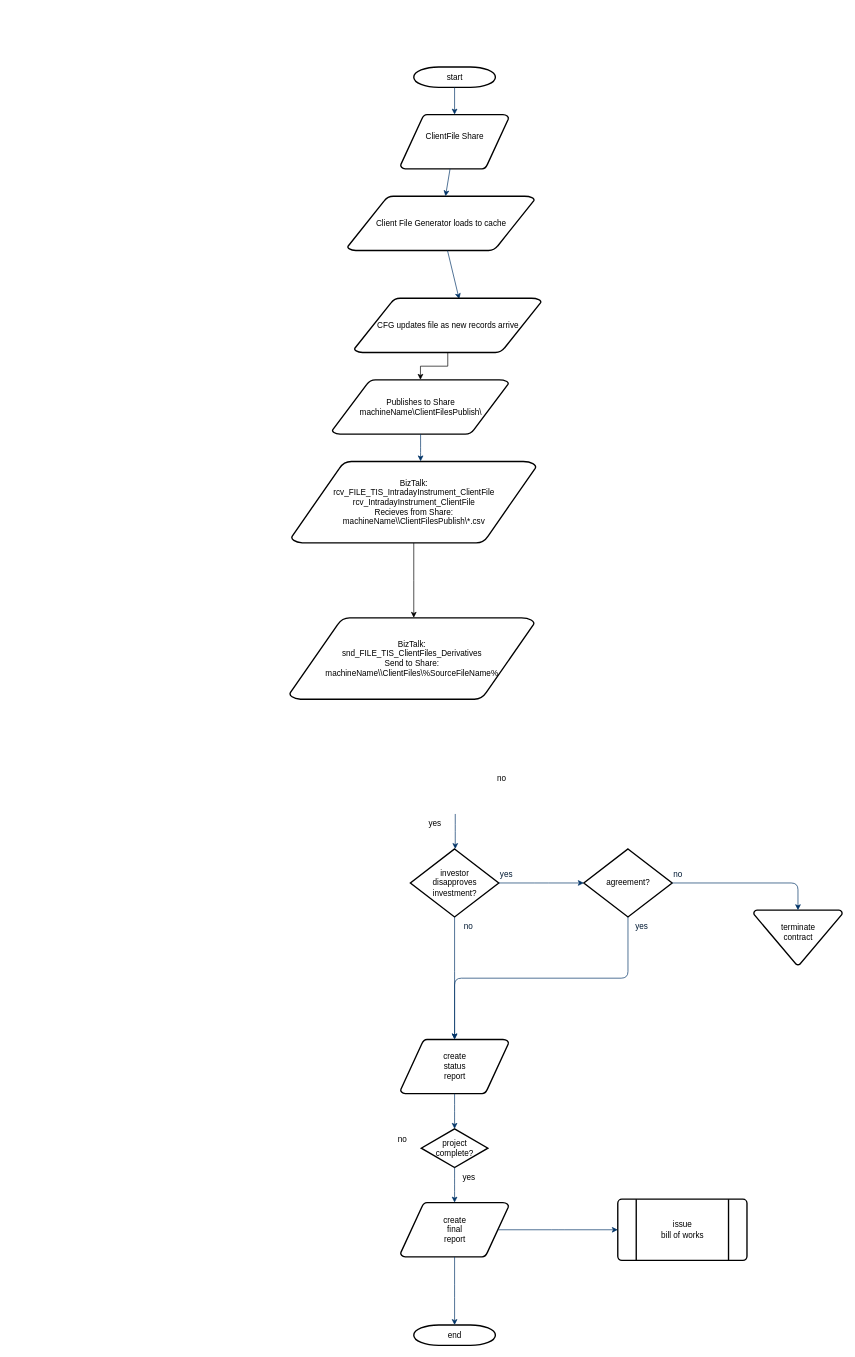
The draw.io diagram ClientFiles.drawio in ByMadiba/Sandbox, before the edit. Source tidied: cells renumbered, new cells numbered last; positions are measured from the earlier drawing's top-left corner, leaving out a move shared by most shapes. Both pictures are drawn from the tidied source at 68%, with x=0, y=0 at pixel (289, 67).
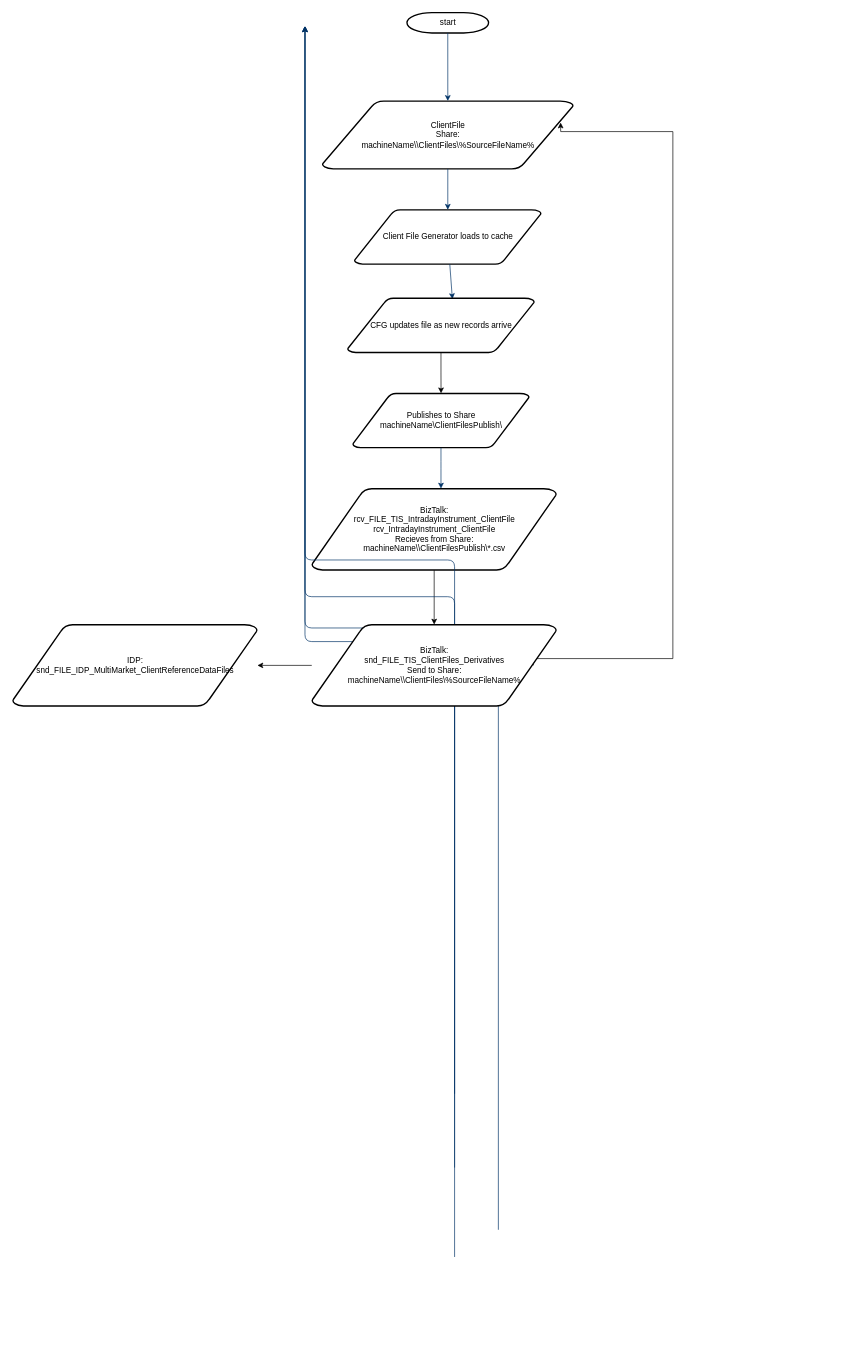
The same diagram, later.

The edit, as a diff of the source:
```diff
@@
     <mxCell id="2" value="start" style="shape=mxgraph.flowchart.terminator;strokeWidth=2;gradientColor=none;gradientDirection=north;fontStyle=0;html=1;" parent="1" vertex="1">
-      <mxGeometry x="183" width="120" height="30" as="geometry" />
+      <mxGeometry x="173" y="-80" width="120" height="30" as="geometry" />
     </mxCell>
-    <mxCell id="3" value="ClientFile Share&lt;br&gt;&amp;nbsp;" style="shape=mxgraph.flowchart.data;strokeWidth=2;gradientColor=none;gradientDirection=north;fontStyle=0;html=1;" parent="1" vertex="1">
-      <mxGeometry x="163.5" y="70" width="159" height="80" as="geometry" />
+    <mxCell id="3" value="ClientFile&lt;br&gt;Share:&lt;br style=&quot;border-color: var(--border-color);&quot;&gt;machineName\\ClientFiles\%SourceFileName%" style="shape=mxgraph.flowchart.data;strokeWidth=2;gradientColor=none;gradientDirection=north;fontStyle=0;html=1;" parent="1" vertex="1">
+      <mxGeometry x="48.3" y="50" width="369.5" height="100" as="geometry" />
     </mxCell>
     <mxCell id="4" value="Publishes to Share&lt;br&gt;machineName\ClientFilesPublish\" style="shape=mxgraph.flowchart.data;strokeWidth=2;gradientColor=none;gradientDirection=north;fontStyle=0;html=1;" parent="1" vertex="1">
-      <mxGeometry x="63" y="460" width="259.5" height="80" as="geometry" />
+      <mxGeometry x="93.3" y="480" width="259.5" height="80" as="geometry" />
     </mxCell>
     <mxCell id="5" value="Client File Generator loads to cache" style="shape=mxgraph.flowchart.data;strokeWidth=2;gradientColor=none;gradientDirection=north;fontStyle=0;html=1;" parent="1" vertex="1">
-      <mxGeometry x="85.6" y="190" width="274.8" height="80" as="geometry" />
+      <mxGeometry x="95.6" y="210" width="274.8" height="80" as="geometry" />
     </mxCell>
@@
-    <mxCell id="9" style="edgeStyle=orthogonalEdgeStyle;rounded=0;jettySize=auto;html=1;" parent="1" edge="1" source="10">
-      <mxGeometry relative="1" as="geometry">
-        <mxPoint x="183" y="810" as="targetPoint" />
-      </mxGeometry>
+    <mxCell id="9" style="edgeStyle=orthogonalEdgeStyle;rounded=0;jettySize=auto;html=1;entryX=0.5;entryY=0;entryDx=0;entryDy=0;entryPerimeter=0;" parent="1" edge="1" source="10" target="39">
+      <mxGeometry relative="1" as="geometry" />
     </mxCell>
     <mxCell id="10" value="BizTalk:&lt;br&gt;rcv_FILE_TIS_IntradayInstrument_ClientFile&lt;br&gt;rcv_IntradayInstrument_ClientFile&lt;br&gt;Recieves from Share:&lt;br&gt;machineName\\ClientFilesPublish\*.csv" style="shape=mxgraph.flowchart.data;strokeWidth=2;gradientColor=none;gradientDirection=north;fontStyle=0;html=1;" parent="1" vertex="1">
-      <mxGeometry x="3" y="580" width="360" height="120" as="geometry" />
+      <mxGeometry x="33" y="620" width="360" height="120" as="geometry" />
     </mxCell>
@@
-    <mxCell id="12" value="yes" style="text;fontStyle=0;html=1;strokeColor=none;gradientColor=none;fillColor=none;strokeWidth=2;" parent="1" vertex="1">
-      <mxGeometry x="203" y="1098.5" width="40" height="26" as="geometry" />
-    </mxCell>
-    <mxCell id="13" value="investor&#10;disapproves&#10; investment?" style="shape=mxgraph.flowchart.decision;strokeWidth=2;gradientColor=none;gradientDirection=north;fontStyle=0;html=1;" parent="1" vertex="1">
-      <mxGeometry x="178" y="1150" width="130" height="100" as="geometry" />
-    </mxCell>
-    <mxCell id="14" value="agreement?" style="shape=mxgraph.flowchart.decision;strokeWidth=2;gradientColor=none;gradientDirection=north;fontStyle=0;html=1;" parent="1" vertex="1">
-      <mxGeometry x="433" y="1150" width="130" height="100" as="geometry" />
-    </mxCell>
-    <mxCell id="15" style="edgeStyle=elbowEdgeStyle;elbow=horizontal;exitX=0.5;exitY=1;exitPerimeter=0;fontStyle=1;strokeColor=#003366;strokeWidth=1;html=1;" parent="1" edge="1" target="13">
-      <mxGeometry as="geometry">
-        <mxPoint x="244" y="1098.5" as="sourcePoint" />
-      </mxGeometry>
-    </mxCell>
-    <mxCell id="16" style="edgeStyle=elbowEdgeStyle;elbow=horizontal;exitX=1;exitY=0.5;exitPerimeter=0;entryX=0;entryY=0.5;entryPerimeter=0;fontStyle=1;strokeColor=#003366;strokeWidth=1;html=1;" parent="1" edge="1" source="13" target="14">
-      <mxGeometry as="geometry" />
-    </mxCell>
-    <mxCell id="17" value="terminate&#10;contract&#10;" style="shape=mxgraph.flowchart.merge_or_storage;strokeWidth=2;gradientColor=none;gradientDirection=north;fontStyle=0;html=1;" parent="1" vertex="1">
-      <mxGeometry x="683" y="1240" width="130" height="80.5" as="geometry" />
-    </mxCell>
-    <mxCell id="18" style="edgeStyle=elbowEdgeStyle;elbow=vertical;exitX=1;exitY=0.5;exitPerimeter=0;entryX=0.5;entryY=0;entryPerimeter=0;fontStyle=1;strokeColor=#003366;strokeWidth=1;html=1;" parent="1" edge="1" source="14" target="17">
-      <mxGeometry as="geometry">
-        <Array as="points">
-          <mxPoint x="663" y="1200" />
-        </Array>
-      </mxGeometry>
-    </mxCell>
-    <mxCell id="19" value="create&#10;status&#10;report" style="shape=mxgraph.flowchart.data;strokeWidth=2;gradientColor=none;gradientDirection=north;fontStyle=0;html=1;" parent="1" vertex="1">
-      <mxGeometry x="163.5" y="1430" width="159" height="80" as="geometry" />
-    </mxCell>
-    <mxCell id="20" style="edgeStyle=elbowEdgeStyle;elbow=vertical;exitX=0.5;exitY=1;exitPerimeter=0;fontColor=#001933;fontStyle=1;strokeColor=#003366;strokeWidth=1;html=1;" parent="1" edge="1" source="13" target="19">
-      <mxGeometry as="geometry" />
-    </mxCell>
-    <mxCell id="21" style="edgeStyle=elbowEdgeStyle;elbow=vertical;exitX=0.5;exitY=1;exitPerimeter=0;entryX=0.5;entryY=0;entryPerimeter=0;fontStyle=1;strokeColor=#003366;strokeWidth=1;html=1;" parent="1" edge="1" source="14" target="19">
-      <mxGeometry as="geometry" />
-    </mxCell>
-    <mxCell id="22" value="project&#10;complete?" style="shape=mxgraph.flowchart.decision;strokeWidth=2;gradientColor=none;gradientDirection=north;fontStyle=0;html=1;" parent="1" vertex="1">
-      <mxGeometry x="194" y="1561.5" width="98" height="57" as="geometry" />
-    </mxCell>
-    <mxCell id="23" value="create&#10;final&#10;report" style="shape=mxgraph.flowchart.data;strokeWidth=2;gradientColor=none;gradientDirection=north;fontStyle=0;html=1;" parent="1" vertex="1">
-      <mxGeometry x="163.5" y="1670" width="159" height="80" as="geometry" />
-    </mxCell>
-    <mxCell id="24" value="issue&#10;bill of works" style="shape=mxgraph.flowchart.predefined_process;strokeWidth=2;gradientColor=none;gradientDirection=north;fontStyle=0;html=1;" parent="1" vertex="1">
-      <mxGeometry x="483" y="1665" width="190" height="90" as="geometry" />
-    </mxCell>
-    <mxCell id="25" value="end" style="shape=mxgraph.flowchart.terminator;strokeWidth=2;gradientColor=none;gradientDirection=north;fontStyle=0;html=1;" parent="1" vertex="1">
-      <mxGeometry x="183" y="1850" width="120" height="30" as="geometry" />
-    </mxCell>
-    <mxCell id="26" style="edgeStyle=elbowEdgeStyle;elbow=vertical;exitX=0.5;exitY=1;exitPerimeter=0;entryX=0.5;entryY=0;entryPerimeter=0;fontStyle=1;strokeColor=#003366;strokeWidth=1;html=1;" parent="1" edge="1" source="19" target="22">
-      <mxGeometry as="geometry" />
+    <mxCell id="26" style="edgeStyle=elbowEdgeStyle;elbow=vertical;exitX=0.5;exitY=1;exitPerimeter=0;entryX=0.5;entryY=0;entryPerimeter=0;fontStyle=1;strokeColor=#003366;strokeWidth=1;html=1;" parent="1" edge="1">
+      <mxGeometry as="geometry">
+        <mxPoint x="243" y="1510" as="sourcePoint" />
+        <mxPoint x="23" y="-60" as="targetPoint" />
+      </mxGeometry>
     </mxCell>
-    <mxCell id="27" style="edgeStyle=elbowEdgeStyle;elbow=vertical;exitX=0.5;exitY=1;exitPerimeter=0;entryX=0.5;entryY=0;entryPerimeter=0;fontStyle=1;strokeColor=#003366;strokeWidth=1;html=1;" parent="1" edge="1" source="22" target="23">
-      <mxGeometry as="geometry" />
+    <mxCell id="27" style="edgeStyle=elbowEdgeStyle;elbow=vertical;exitX=0.5;exitY=1;exitPerimeter=0;entryX=0.5;entryY=0;entryPerimeter=0;fontStyle=1;strokeColor=#003366;strokeWidth=1;html=1;" parent="1" edge="1">
+      <mxGeometry as="geometry">
+        <mxPoint x="243" y="1618.5" as="sourcePoint" />
+        <mxPoint x="23" y="-60" as="targetPoint" />
+      </mxGeometry>
     </mxCell>
-    <mxCell id="28" style="edgeStyle=elbowEdgeStyle;elbow=vertical;exitX=0.5;exitY=1;exitPerimeter=0;entryX=0.5;entryY=0;entryPerimeter=0;fontStyle=1;strokeColor=#003366;strokeWidth=1;html=1;" parent="1" edge="1" source="23" target="25">
-      <mxGeometry as="geometry" />
+    <mxCell id="28" style="edgeStyle=elbowEdgeStyle;elbow=vertical;exitX=0.5;exitY=1;exitPerimeter=0;entryX=0.5;entryY=0;entryPerimeter=0;fontStyle=1;strokeColor=#003366;strokeWidth=1;html=1;" parent="1" edge="1">
+      <mxGeometry as="geometry">
+        <mxPoint x="243" y="1750" as="sourcePoint" />
+        <mxPoint x="23" y="-60" as="targetPoint" />
+      </mxGeometry>
     </mxCell>
-    <mxCell id="29" style="edgeStyle=elbowEdgeStyle;elbow=vertical;exitX=0.905;exitY=0.5;exitPerimeter=0;entryX=0;entryY=0.5;entryPerimeter=0;fontStyle=1;strokeColor=#003366;strokeWidth=1;html=1;" parent="1" edge="1" source="23" target="24">
-      <mxGeometry as="geometry" />
+    <mxCell id="29" style="edgeStyle=elbowEdgeStyle;elbow=vertical;exitX=0.905;exitY=0.5;exitPerimeter=0;entryX=0;entryY=0.5;entryPerimeter=0;fontStyle=1;strokeColor=#003366;strokeWidth=1;html=1;" parent="1" edge="1">
+      <mxGeometry as="geometry">
+        <mxPoint x="307.4" y="1710" as="sourcePoint" />
+        <mxPoint x="23" y="-60" as="targetPoint" />
+      </mxGeometry>
     </mxCell>
-    <mxCell id="30" value="no" style="text;fontStyle=0;html=1;strokeColor=none;gradientColor=none;fillColor=none;strokeWidth=2;" parent="1" vertex="1">
-      <mxGeometry x="303.5" y="1033.2" width="40" height="26" as="geometry" />
-    </mxCell>
-    <mxCell id="31" value="yes" style="text;fontColor=#001933;fontStyle=0;html=1;strokeColor=none;gradientColor=none;fillColor=none;strokeWidth=2;" parent="1" vertex="1">
-      <mxGeometry x="308" y="1174" width="40" height="26" as="geometry" />
-    </mxCell>
-    <mxCell id="32" value="no" style="text;fontColor=#001933;fontStyle=0;html=1;strokeColor=none;gradientColor=none;fillColor=none;strokeWidth=2;align=center;" parent="1" vertex="1">
-      <mxGeometry x="243" y="1250" width="40" height="26" as="geometry" />
-    </mxCell>
-    <mxCell id="33" value="yes" style="text;fontColor=#001933;fontStyle=0;html=1;strokeColor=none;gradientColor=none;fillColor=none;strokeWidth=2;align=center;" parent="1" vertex="1">
-      <mxGeometry x="498" y="1250" width="40" height="26" as="geometry" />
-    </mxCell>
-    <mxCell id="34" value="no" style="text;fontColor=#001933;fontStyle=0;html=1;strokeColor=none;gradientColor=none;fillColor=none;strokeWidth=2;" parent="1" vertex="1">
-      <mxGeometry x="563" y="1174" width="40" height="26" as="geometry" />
-    </mxCell>
-    <mxCell id="35" value="yes" style="text;fontStyle=0;html=1;strokeColor=none;gradientColor=none;fillColor=none;strokeWidth=2;align=center;" parent="1" vertex="1">
-      <mxGeometry x="244" y="1620" width="40" height="26" as="geometry" />
-    </mxCell>
-    <mxCell id="36" value="no" style="text;fontStyle=0;html=1;strokeColor=none;gradientColor=none;fillColor=none;strokeWidth=2;" parent="1" vertex="1">
-      <mxGeometry x="158" y="1564" width="40" height="26" as="geometry" />
-    </mxCell>
@@
     <mxCell id="38" value="CFG updates file as new records arrive" style="shape=mxgraph.flowchart.data;strokeWidth=2;gradientColor=none;gradientDirection=north;fontStyle=0;html=1;" parent="1" vertex="1">
-      <mxGeometry x="95.6" y="340" width="274.8" height="80" as="geometry" />
+      <mxGeometry x="85.6" y="340" width="274.8" height="80" as="geometry" />
     </mxCell>
+    <mxCell id="40" style="edgeStyle=orthogonalEdgeStyle;rounded=0;jettySize=auto;html=1;entryX=0.949;entryY=0.317;entryDx=0;entryDy=0;entryPerimeter=0;exitX=0.905;exitY=0.5;exitDx=0;exitDy=0;exitPerimeter=0;" parent="1" edge="1" source="39" target="3">
+      <mxGeometry relative="1" as="geometry">
+        <Array as="points">
+          <mxPoint x="564" y="870" />
+          <mxPoint x="564" y="95" />
+        </Array>
+      </mxGeometry>
+    </mxCell>
+    <mxCell id="41" style="edgeStyle=orthogonalEdgeStyle;rounded=0;jettySize=auto;html=1;" parent="1" edge="1" source="39" target="42">
+      <mxGeometry relative="1" as="geometry" />
+    </mxCell>
     <mxCell id="39" value="BizTalk:&lt;br&gt;snd_FILE_TIS_ClientFiles_Derivatives&lt;br&gt;Send to Share:&lt;br&gt;machineName\\ClientFiles\%SourceFileName%" style="shape=mxgraph.flowchart.data;strokeWidth=2;gradientColor=none;gradientDirection=north;fontStyle=0;html=1;" parent="1" vertex="1">
-      <mxGeometry x="0.4" y="810" width="360" height="120" as="geometry" />
+      <mxGeometry x="33" y="820" width="360" height="120" as="geometry" />
     </mxCell>
+    <mxCell id="42" value="IDP:&lt;br&gt;snd_FILE_IDP_MultiMarket_ClientReferenceDataFiles" style="shape=mxgraph.flowchart.data;strokeWidth=2;gradientColor=none;gradientDirection=north;fontStyle=0;html=1;" parent="1" vertex="1">
+      <mxGeometry x="-407" y="820" width="360" height="120" as="geometry" />
+    </mxCell>
```
